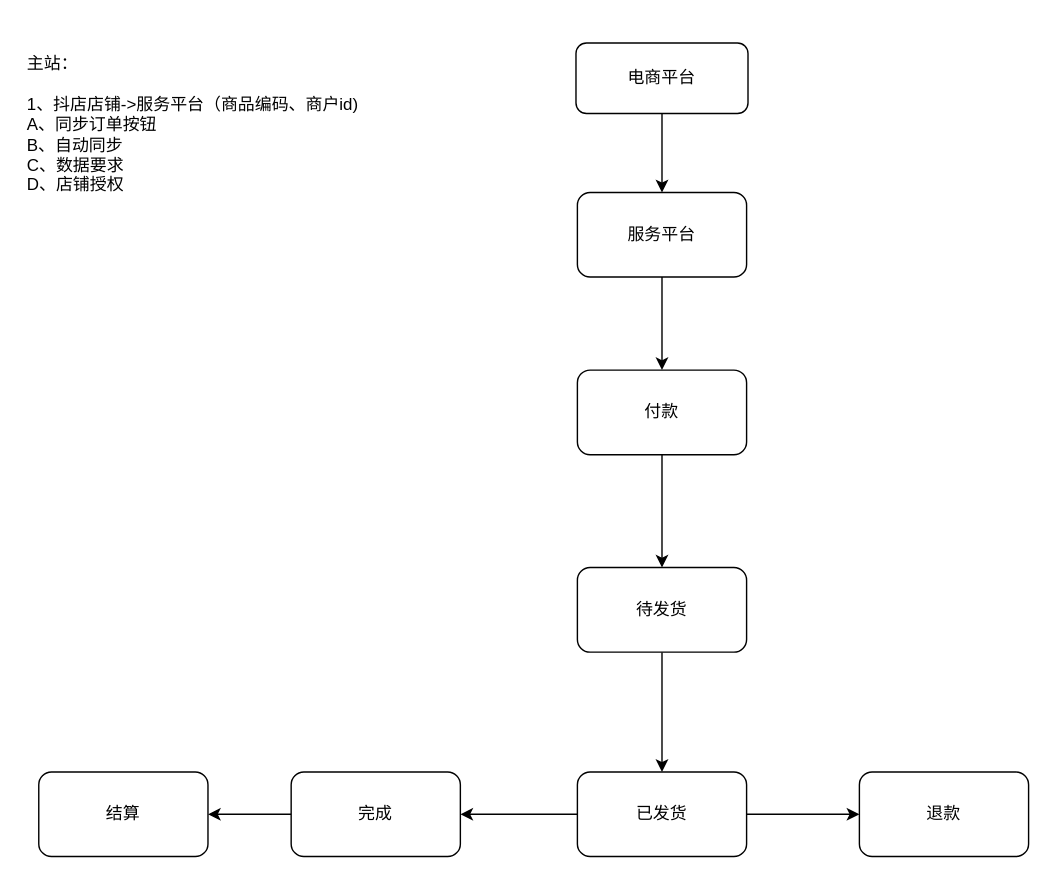
The draw.io diagram view/未命名绘图.drawio in aaron-code-life/speed_api, before the edit. Source tidied: cells renumbered, new cells numbered last; positions are measured from the earlier drawing's top-left corner, leaving out a move shared by most shapes. Both pictures are drawn from the tidied source at 141%, with x=0, y=0 at pixel (24, 24).
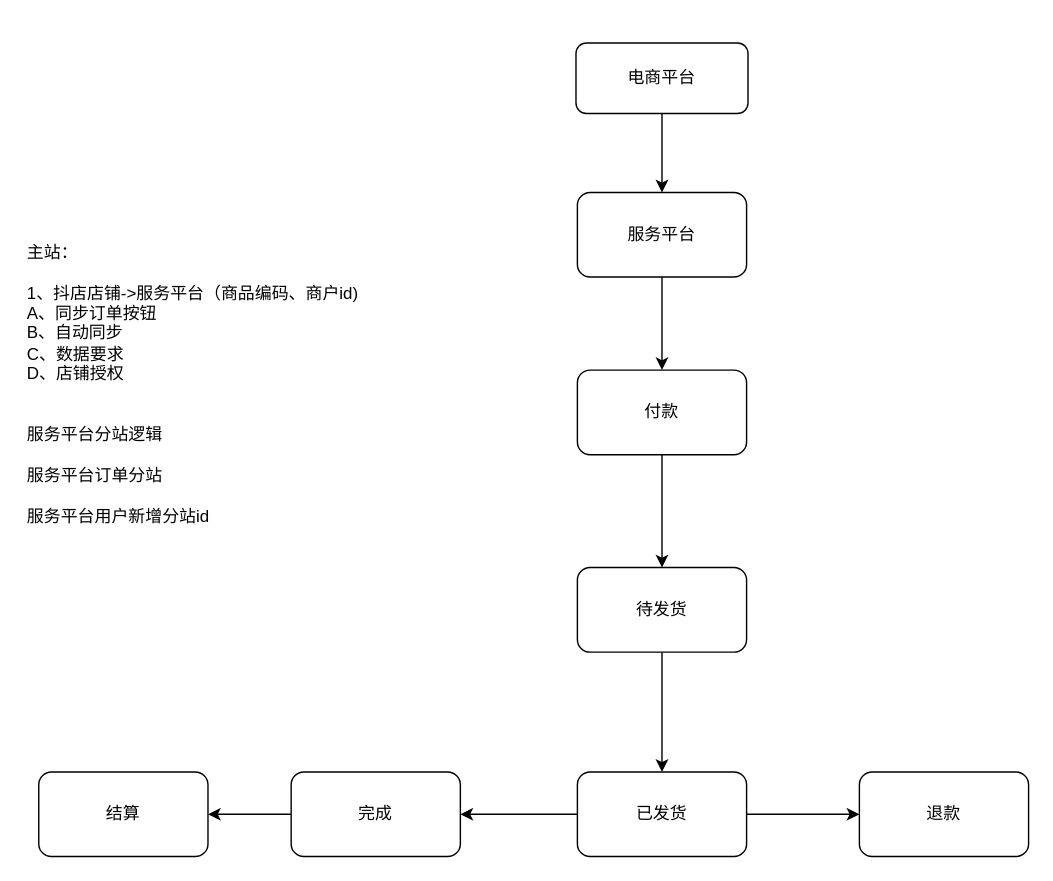
The same diagram, later.

Commit message:
更新未命名绘图.drawio

What changed in the source:
```diff
@@
 <mxGraphModel>
   <root>
     <mxCell id="0" />
     <mxCell id="1" parent="0" />
     <mxCell id="2" style="edgeStyle=orthogonalEdgeStyle;rounded=0;jettySize=auto;html=1;" parent="1" edge="1" source="3" target="5">
       <mxGeometry relative="1" as="geometry" />
     </mxCell>
     <mxCell id="3" value="电商平台" style="rounded=1;whiteSpace=wrap;html=1;" parent="1" vertex="1">
       <mxGeometry x="391" y="13" width="122" height="50" as="geometry" />
     </mxCell>
     <mxCell id="4" style="edgeStyle=orthogonalEdgeStyle;rounded=0;jettySize=auto;html=1;" parent="1" edge="1" source="5" target="7">
       <mxGeometry relative="1" as="geometry" />
     </mxCell>
     <mxCell id="5" value="服务平台" style="whiteSpace=wrap;html=1;rounded=1;" parent="1" vertex="1">
       <mxGeometry x="392" y="119" width="120" height="60" as="geometry" />
     </mxCell>
     <mxCell id="6" style="edgeStyle=orthogonalEdgeStyle;rounded=0;jettySize=auto;html=1;" parent="1" edge="1" source="7" target="9">
       <mxGeometry relative="1" as="geometry" />
     </mxCell>
     <mxCell id="7" value="付款" style="whiteSpace=wrap;html=1;rounded=1;" parent="1" vertex="1">
       <mxGeometry x="392" y="245" width="120" height="60" as="geometry" />
     </mxCell>
     <mxCell id="8" style="edgeStyle=orthogonalEdgeStyle;rounded=0;jettySize=auto;html=1;" parent="1" edge="1" source="9" target="12">
       <mxGeometry relative="1" as="geometry" />
     </mxCell>
     <mxCell id="9" value="待发货" style="whiteSpace=wrap;html=1;rounded=1;" parent="1" vertex="1">
       <mxGeometry x="392" y="385" width="120" height="60" as="geometry" />
     </mxCell>
     <mxCell id="10" style="edgeStyle=orthogonalEdgeStyle;rounded=0;jettySize=auto;html=1;" parent="1" edge="1" source="12" target="13">
       <mxGeometry relative="1" as="geometry" />
     </mxCell>
     <mxCell id="11" style="edgeStyle=orthogonalEdgeStyle;rounded=0;jettySize=auto;html=1;exitX=0;exitY=0.5;exitDx=0;exitDy=0;entryX=1;entryY=0.5;entryDx=0;entryDy=0;" parent="1" edge="1" source="12" target="15">
       <mxGeometry relative="1" as="geometry" />
     </mxCell>
     <mxCell id="12" value="已发货" style="whiteSpace=wrap;html=1;rounded=1;" parent="1" vertex="1">
       <mxGeometry x="392" y="530" width="120" height="60" as="geometry" />
     </mxCell>
     <mxCell id="13" value="退款" style="whiteSpace=wrap;html=1;rounded=1;" parent="1" vertex="1">
       <mxGeometry x="592" y="530" width="120" height="60" as="geometry" />
     </mxCell>
     <mxCell id="14" style="edgeStyle=orthogonalEdgeStyle;rounded=0;jettySize=auto;html=1;entryX=1;entryY=0.5;entryDx=0;entryDy=0;" parent="1" edge="1" source="15" target="16">
       <mxGeometry relative="1" as="geometry" />
     </mxCell>
     <mxCell id="15" value="完成" style="whiteSpace=wrap;html=1;rounded=1;" parent="1" vertex="1">
       <mxGeometry x="189" y="530" width="120" height="60" as="geometry" />
     </mxCell>
     <mxCell id="16" value="结算" style="whiteSpace=wrap;html=1;rounded=1;" parent="1" vertex="1">
       <mxGeometry x="10" y="530" width="120" height="60" as="geometry" />
     </mxCell>
-    <mxCell id="17" value="&lt;div style=&quot;&quot;&gt;主站：&lt;/div&gt;&lt;div style=&quot;&quot;&gt;&lt;br&gt;&lt;/div&gt;&lt;div style=&quot;&quot;&gt;1、抖店店铺-&amp;gt;服务平台（商品编码、商户id)&lt;br&gt;A、同步订单按钮&lt;br&gt;B、自动同步&lt;br&gt;C、数据要求&lt;/div&gt;&lt;div style=&quot;&quot;&gt;D、店铺授权&lt;/div&gt;" style="text;strokeColor=none;align=left;fillColor=none;html=1;verticalAlign=middle;whiteSpace=wrap;rounded=0;" parent="1" vertex="1">
-      <mxGeometry width="549" height="142" as="geometry" />
+    <mxCell id="17" value="&lt;div style=&quot;&quot;&gt;主站：&lt;/div&gt;&lt;div style=&quot;&quot;&gt;&lt;br&gt;&lt;/div&gt;&lt;div style=&quot;&quot;&gt;1、抖店店铺-&amp;gt;服务平台（商品编码、商户id)&lt;br&gt;A、同步订单按钮&lt;br&gt;B、自动同步&lt;br&gt;C、数据要求&lt;/div&gt;&lt;div style=&quot;&quot;&gt;D、店铺授权&lt;/div&gt;&lt;div style=&quot;&quot;&gt;&lt;br&gt;&lt;/div&gt;&lt;div style=&quot;&quot;&gt;&lt;br&gt;&lt;/div&gt;&lt;div style=&quot;&quot;&gt;服务平台分站逻辑&lt;/div&gt;&lt;div style=&quot;&quot;&gt;&lt;br&gt;&lt;/div&gt;&lt;div style=&quot;&quot;&gt;服务平台订单分站&lt;/div&gt;&lt;div style=&quot;&quot;&gt;&lt;br&gt;&lt;/div&gt;&lt;div style=&quot;&quot;&gt;服务平台用户新增分站id&lt;/div&gt;" style="text;strokeColor=none;align=left;fillColor=none;html=1;verticalAlign=middle;whiteSpace=wrap;rounded=0;" parent="1" vertex="1">
+      <mxGeometry width="384" height="509" as="geometry" />
     </mxCell>
   </root>
 </mxGraphModel>
```
